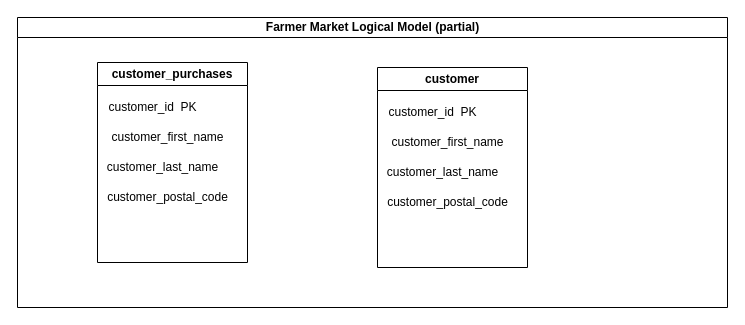
Before: 02_activities/assignments/images/Untitled Diagram.drawio in DmytroMozghovyi/sql, a draw.io diagram. Source tidied: cells renumbered, new cells numbered last; positions are measured from the earlier drawing's top-left corner, leaving out a move shared by most shapes. Both pictures are drawn from the tidied source at 100%, with x=0, y=0 at pixel (17, 17).
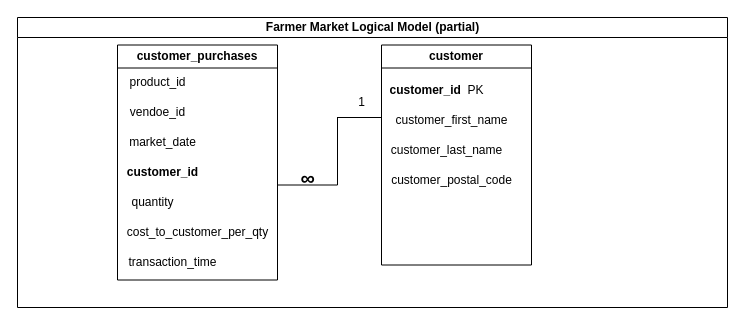
Above is the later version.

Change to the diagram source:
```diff
@@
 <mxGraphModel>
   <root>
     <mxCell id="0" />
     <mxCell id="1" parent="0" />
     <mxCell id="2" value="Farmer Market Logical Model (partial)" style="swimlane;html=1;startSize=20;horizontal=1;containerType=tree;glass=0;" parent="1" vertex="1">
       <mxGeometry width="710" height="290" as="geometry" />
     </mxCell>
     <mxCell id="3" value="customer" style="swimlane;whiteSpace=wrap;html=1;" parent="2" vertex="1">
-      <mxGeometry x="360" y="50" width="150" height="200" as="geometry" />
+      <mxGeometry x="364" y="27.5" width="150" height="220" as="geometry" />
     </mxCell>
-    <mxCell id="4" value="customer_id&amp;nbsp; PK" style="text;html=1;align=center;verticalAlign=middle;strokeColor=none;fillColor=none;" parent="3" vertex="1">
-      <mxGeometry y="30" width="110" height="30" as="geometry" />
+    <mxCell id="4" value="&lt;b&gt;customer_id&amp;nbsp; &lt;/b&gt;PK" style="text;html=1;align=center;verticalAlign=middle;strokeColor=none;fillColor=none;" parent="3" vertex="1">
+      <mxGeometry x="-5" y="30" width="120" height="30" as="geometry" />
     </mxCell>
     <mxCell id="5" value="customer_first_name" style="text;html=1;align=center;verticalAlign=middle;strokeColor=none;fillColor=none;" parent="3" vertex="1">
       <mxGeometry y="60" width="140" height="30" as="geometry" />
     </mxCell>
     <mxCell id="6" value="customer_last_name" style="text;html=1;align=center;verticalAlign=middle;strokeColor=none;fillColor=none;" parent="3" vertex="1">
       <mxGeometry y="90" width="130" height="30" as="geometry" />
     </mxCell>
     <mxCell id="7" value="customer_postal_code" style="text;html=1;align=center;verticalAlign=middle;strokeColor=none;fillColor=none;" parent="3" vertex="1">
       <mxGeometry y="120" width="140" height="30" as="geometry" />
     </mxCell>
     <mxCell id="8" value="customer_purchases" style="swimlane;whiteSpace=wrap;html=1;" parent="2" vertex="1">
-      <mxGeometry x="80" y="45" width="150" height="200" as="geometry" />
+      <mxGeometry x="100" y="27.5" width="160" height="235" as="geometry" />
     </mxCell>
-    <mxCell id="9" value="customer_id&amp;nbsp; PK" style="text;html=1;align=center;verticalAlign=middle;strokeColor=none;fillColor=none;" parent="8" vertex="1">
-      <mxGeometry y="30" width="110" height="30" as="geometry" />
+    <mxCell id="9" value="product_id" style="text;html=1;align=center;verticalAlign=middle;strokeColor=none;fillColor=none;" parent="8" vertex="1">
+      <mxGeometry y="22.5" width="80" height="30" as="geometry" />
     </mxCell>
-    <mxCell id="10" value="customer_first_name" style="text;html=1;align=center;verticalAlign=middle;strokeColor=none;fillColor=none;" parent="8" vertex="1">
-      <mxGeometry y="60" width="140" height="30" as="geometry" />
+    <mxCell id="10" value="vendoe_id" style="text;html=1;align=center;verticalAlign=middle;strokeColor=none;fillColor=none;" parent="8" vertex="1">
+      <mxGeometry y="52.5" width="80" height="30" as="geometry" />
     </mxCell>
-    <mxCell id="11" value="customer_last_name" style="text;html=1;align=center;verticalAlign=middle;strokeColor=none;fillColor=none;" parent="8" vertex="1">
-      <mxGeometry y="90" width="130" height="30" as="geometry" />
+    <mxCell id="11" value="market_date" style="text;html=1;align=center;verticalAlign=middle;strokeColor=none;fillColor=none;" parent="8" vertex="1">
+      <mxGeometry y="82.5" width="90" height="30" as="geometry" />
     </mxCell>
-    <mxCell id="12" value="customer_postal_code" style="text;html=1;align=center;verticalAlign=middle;strokeColor=none;fillColor=none;" parent="8" vertex="1">
-      <mxGeometry y="120" width="140" height="30" as="geometry" />
+    <mxCell id="12" value="&lt;b&gt;customer_id&lt;/b&gt;" style="text;html=1;align=center;verticalAlign=middle;strokeColor=none;fillColor=none;" parent="8" vertex="1">
+      <mxGeometry y="112.5" width="90" height="30" as="geometry" />
     </mxCell>
+    <mxCell id="13" value="quantity" style="text;html=1;align=center;verticalAlign=middle;strokeColor=none;fillColor=none;" parent="8" vertex="1">
+      <mxGeometry y="142.5" width="70" height="30" as="geometry" />
+    </mxCell>
+    <mxCell id="14" value="cost_to_customer_per_qty" style="text;html=1;align=center;verticalAlign=middle;strokeColor=none;fillColor=none;" parent="8" vertex="1">
+      <mxGeometry y="172.5" width="160" height="30" as="geometry" />
+    </mxCell>
+    <mxCell id="15" value="transaction_time" style="text;html=1;align=center;verticalAlign=middle;strokeColor=none;fillColor=none;" parent="8" vertex="1">
+      <mxGeometry y="202.5" width="110" height="30" as="geometry" />
+    </mxCell>
+    <mxCell id="16" style="shape=partialRectangle;whiteSpace=wrap;html=1;top=0;left=0;fillColor=none;" parent="2" vertex="1">
+      <mxGeometry x="260" y="107.5" width="60" height="60" as="geometry" />
+    </mxCell>
+    <mxCell id="17" style="shape=partialRectangle;whiteSpace=wrap;html=1;bottom=0;right=0;fillColor=none;" parent="2" vertex="1">
+      <mxGeometry x="320" y="100" width="44" height="60" as="geometry" />
+    </mxCell>
+    <mxCell id="18" value="1" style="text;html=1;align=center;verticalAlign=middle;strokeColor=none;fillColor=none;" parent="2" vertex="1">
+      <mxGeometry x="329" y="70" width="30" height="30" as="geometry" />
+    </mxCell>
+    <mxCell id="19" value="&lt;b&gt;&lt;font style=&quot;font-size: 20px;&quot;&gt;∞&lt;/font&gt;&lt;/b&gt;" style="text;html=1;align=center;verticalAlign=middle;strokeColor=none;fillColor=none;" parent="2" vertex="1">
+      <mxGeometry x="270" y="140" width="40" height="40" as="geometry" />
+    </mxCell>
   </root>
 </mxGraphModel>
```
